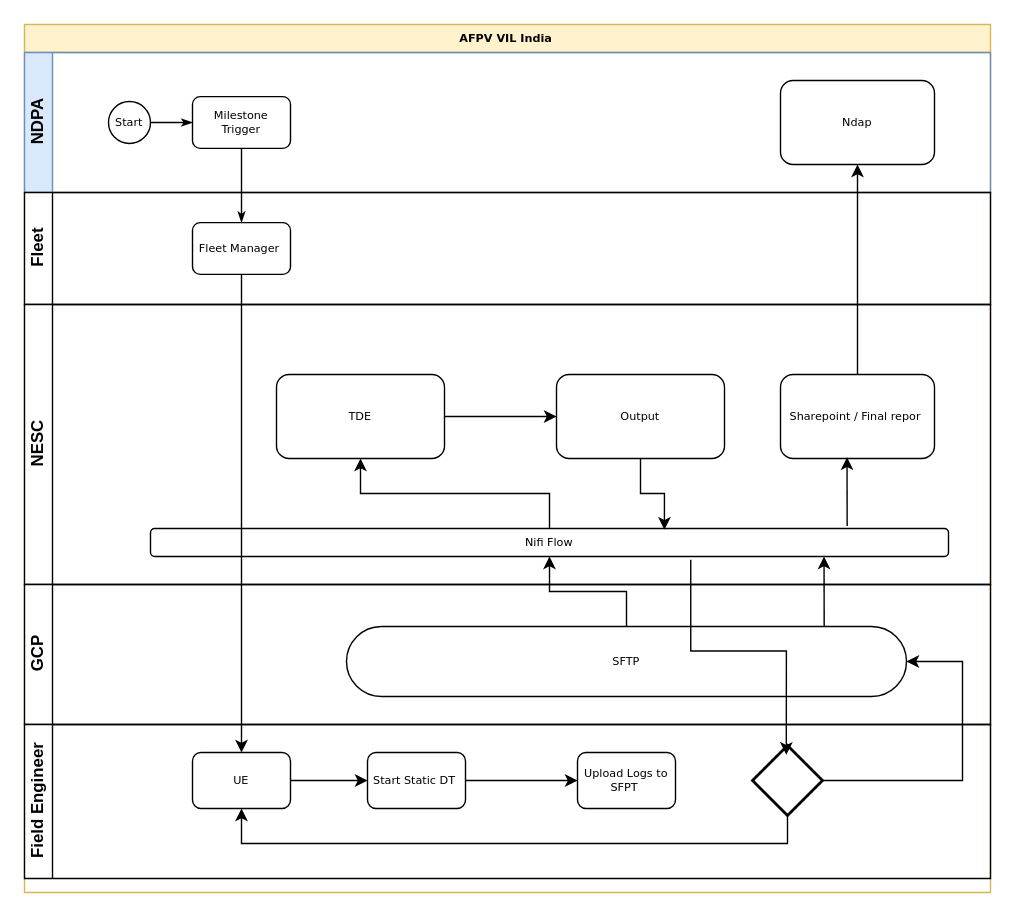
This is Untitled Diagram.drawio from krishnachandrans/Gitdata, a draw.io file, before an edit. Source tidied: cells renumbered, new cells numbered last; positions are measured from the earlier drawing's top-left corner, leaving out a move shared by most shapes. Both pictures are drawn from the tidied source at 140%, with x=0, y=0 at pixel (24, 24).
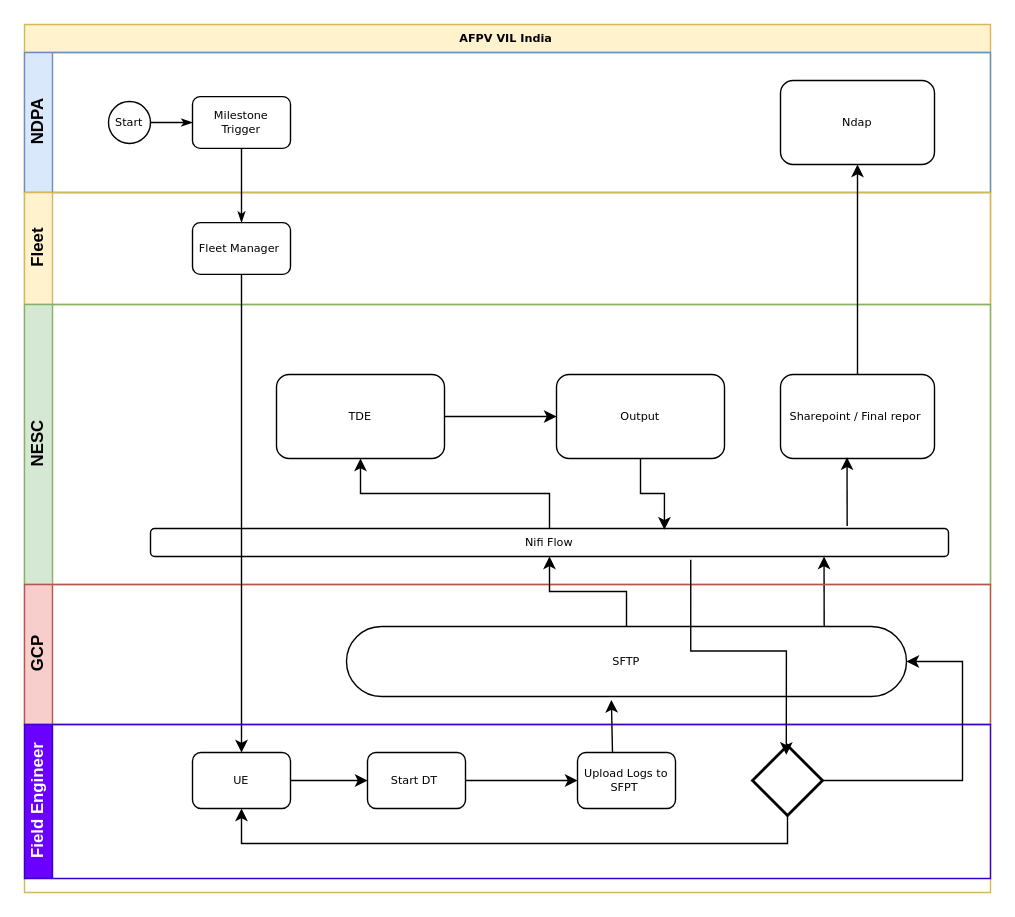
The same diagram, later.

Unchanged cells that the change refers to:
```xml
<mxCell id="2" value="AFPV VIL India&amp;nbsp;" style="swimlane;html=1;horizontal=1;startSize=20;rounded=0;shadow=0;labelBackgroundColor=none;strokeWidth=1;fontFamily=Verdana;fontSize=8;align=center;fillColor=#fff2cc;strokeColor=#d6b656;" parent="1" vertex="1">
  <mxGeometry width="690" height="620" as="geometry" />
</mxCell>
<mxCell id="21" value="SFTP" style="whiteSpace=wrap;html=1;fontSize=8;fontFamily=Verdana;rounded=1;shadow=0;labelBackgroundColor=none;strokeWidth=1;arcSize=50;" parent="20" vertex="1">
  <mxGeometry x="230" y="30" width="400" height="50" as="geometry" />
</mxCell>
```

Change to the diagram source:
```diff
@@
-    <mxCell id="8" value="Fleet" style="swimlane;html=1;startSize=20;horizontal=0;" parent="2" vertex="1">
+    <mxCell id="8" value="Fleet" style="swimlane;html=1;startSize=20;horizontal=0;fillColor=#fff2cc;strokeColor=#d6b656;" parent="2" vertex="1">
       <mxGeometry y="120" width="690" height="80" as="geometry" />
     </mxCell>
@@
-    <mxCell id="10" value="NESC" style="swimlane;html=1;startSize=20;horizontal=0;" parent="2" vertex="1">
+    <mxCell id="10" value="NESC" style="swimlane;html=1;startSize=20;horizontal=0;fillColor=#d5e8d4;strokeColor=#82b366;" parent="2" vertex="1">
       <mxGeometry y="200" width="690" height="200" as="geometry" />
     </mxCell>
@@
-    <mxCell id="20" value="GCP" style="swimlane;html=1;startSize=20;horizontal=0;" parent="2" vertex="1">
+    <mxCell id="20" value="GCP" style="swimlane;html=1;startSize=20;horizontal=0;fillColor=#f8cecc;strokeColor=#b85450;" parent="2" vertex="1">
       <mxGeometry y="400" width="690" height="100" as="geometry" />
     </mxCell>
@@
-    <mxCell id="24" value="Field Engineer" style="swimlane;html=1;startSize=20;horizontal=0;" parent="2" vertex="1">
+    <mxCell id="24" value="Field Engineer" style="swimlane;html=1;startSize=20;horizontal=0;fillColor=#6a00ff;fontColor=#ffffff;strokeColor=#3700CC;" parent="2" vertex="1">
       <mxGeometry y="500" width="690" height="110" as="geometry" />
     </mxCell>
@@
-    <mxCell id="28" value="Start Static DT&amp;nbsp;" style="whiteSpace=wrap;html=1;fontSize=8;fontFamily=Verdana;rounded=1;shadow=0;labelBackgroundColor=none;strokeWidth=1;" parent="24" vertex="1">
+    <mxCell id="28" value="Start DT&amp;nbsp;" style="whiteSpace=wrap;html=1;fontSize=8;fontFamily=Verdana;rounded=1;shadow=0;labelBackgroundColor=none;strokeWidth=1;" parent="24" vertex="1">
       <mxGeometry x="245" y="20" width="70" height="40" as="geometry" />
     </mxCell>
@@
+    <mxCell id="36" style="endArrow=classic;html=1;rounded=0;entryX=0.473;entryY=1.05;entryDx=0;entryDy=0;entryPerimeter=0;" parent="24" edge="1" target="21">
+      <mxGeometry relative="1" as="geometry">
+        <mxPoint x="420" y="20" as="sourcePoint" />
+      </mxGeometry>
+    </mxCell>
```
